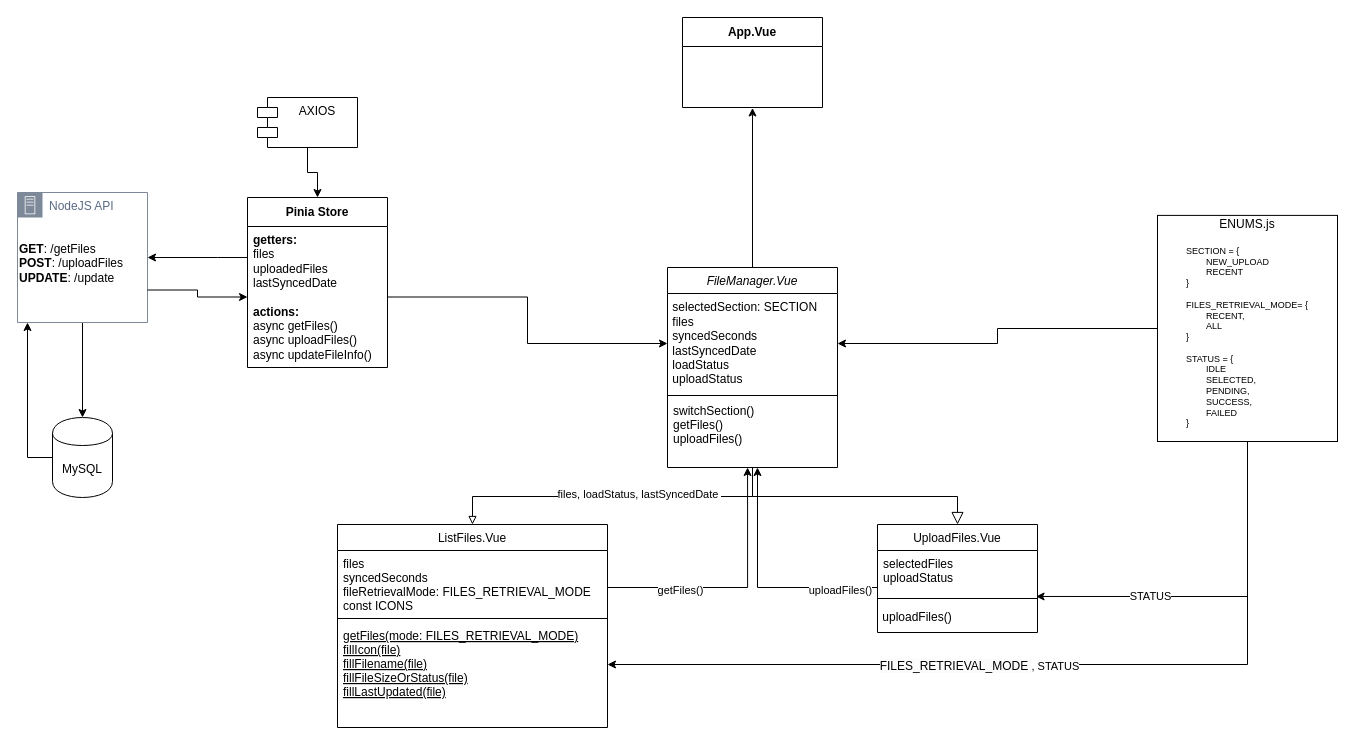
This is Untitled Diagram.drawio from hishamfangs/frontend, a draw.io file, before an edit. Source tidied: cells renumbered, new cells numbered last; positions are measured from the earlier drawing's top-left corner, leaving out a move shared by most shapes. Both pictures are drawn from the tidied source at 100%, with x=0, y=0 at pixel (17, 17).
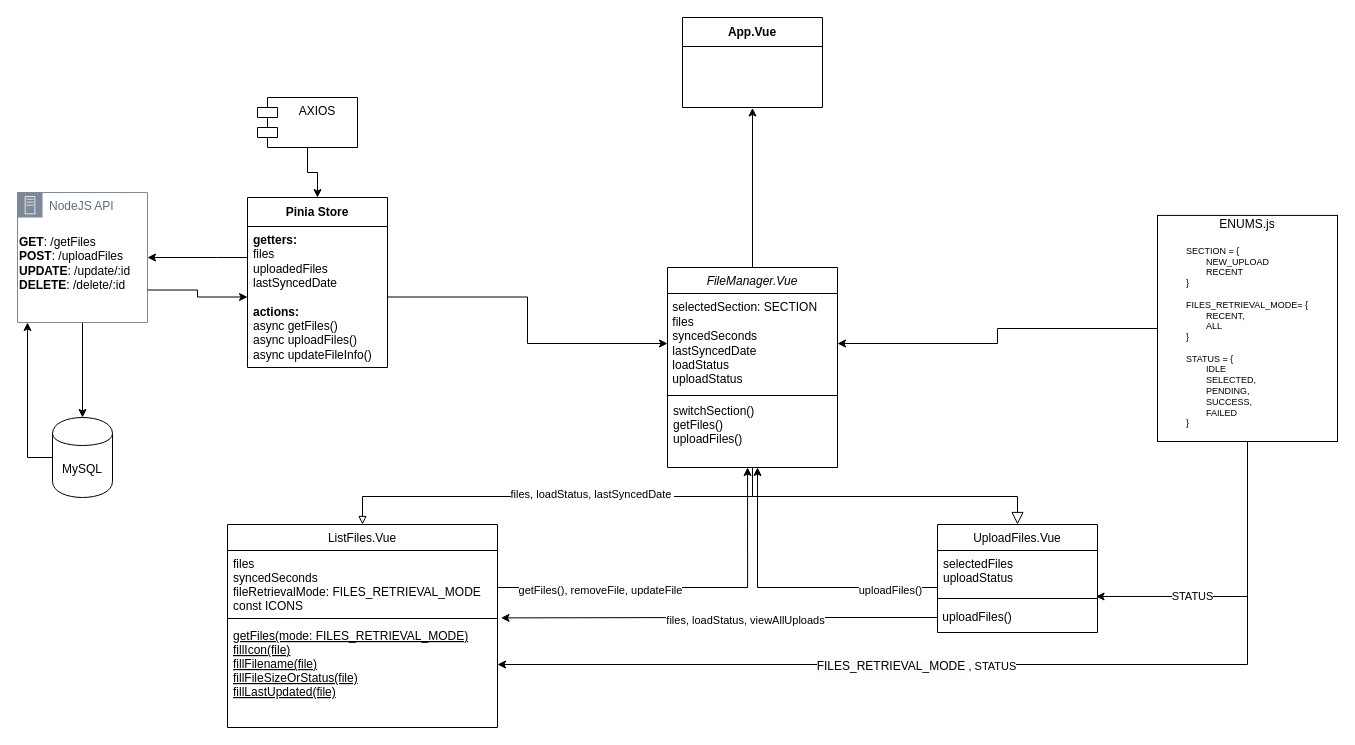
The same diagram, later.

Unchanged cells that the change refers to:
```xml
<mxCell id="7" value="files&#10;syncedSeconds&#10;fileRetrievalMode: FILES_RETRIEVAL_MODE&#10;const ICONS" style="text;align=left;verticalAlign=top;spacingLeft=4;spacingRight=4;overflow=hidden;points=[[0,0.5],[1,0.5]];portConstraint=eastwest;" parent="6" vertex="1">
  <mxGeometry y="26" width="270" height="64" as="geometry" />
</mxCell>
<mxCell id="15" value="&amp;nbsp;uploadFiles()" style="text;html=1;align=left;verticalAlign=middle;points=[];strokeColor=none;fillColor=none;" parent="12" vertex="1">
  <mxGeometry y="78" width="160" height="30" as="geometry" />
</mxCell>
<mxCell id="27" value="NodeJS API" style="points=[[0,0],[0.25,0],[0.5,0],[0.75,0],[1,0],[1,0.25],[1,0.5],[1,0.75],[1,1],[0.75,1],[0.5,1],[0.25,1],[0,1],[0,0.75],[0,0.5],[0,0.25]];outlineConnect=0;gradientColor=none;html=1;whiteSpace=wrap;fontSize=12;fontStyle=0;shape=mxgraph.aws4.group;grIcon=mxgraph.aws4.group_on_premise;strokeColor=#7D8998;fillColor=none;verticalAlign=top;align=left;spacingLeft=30;fontColor=#5A6C86;dashed=0;" parent="1" vertex="1">
  <mxGeometry y="175" width="130" height="130" as="geometry" />
</mxCell>
<mxCell id="36" style="edgeStyle=orthogonalEdgeStyle;rounded=0;jettySize=auto;html=1;entryX=0.471;entryY=1;entryDx=0;entryDy=0;entryPerimeter=0;" parent="1" edge="1" source="7" target="5">
  <mxGeometry relative="1" as="geometry">
    <Array as="points">
      <mxPoint x="730" y="570" />
    </Array>
  </mxGeometry>
</mxCell>
```

What changed in the source:
```diff
@@
     <mxCell id="6" value="ListFiles.Vue" style="swimlane;fontStyle=0;align=center;verticalAlign=top;horizontal=1;startSize=26;rounded=0;shadow=0;strokeWidth=1;" parent="1" vertex="1">
-      <mxGeometry x="320" y="507" width="270" height="203" as="geometry" />
+      <mxGeometry x="210" y="507" width="270" height="203" as="geometry" />
     </mxCell>
@@
     <mxCell id="12" value="UploadFiles.Vue" style="swimlane;fontStyle=0;align=center;verticalAlign=top;horizontal=1;startSize=26;rounded=0;shadow=0;strokeWidth=1;" parent="1" vertex="1">
-      <mxGeometry x="860" y="507" width="160" height="108" as="geometry" />
+      <mxGeometry x="920" y="507" width="160" height="108" as="geometry" />
     </mxCell>
@@
-    <mxCell id="28" value="&lt;b&gt;GET&lt;/b&gt;: /getFiles&lt;br&gt;&lt;b&gt;POST&lt;/b&gt;: /uploadFiles&lt;br&gt;&lt;b&gt;UPDATE&lt;/b&gt;: /update" style="text;html=1;align=left;verticalAlign=middle;strokeColor=none;fillColor=none;" parent="27" vertex="1">
-      <mxGeometry y="41" width="130" height="60" as="geometry" />
+    <mxCell id="28" value="&lt;b&gt;GET&lt;/b&gt;: /getFiles&lt;br&gt;&lt;b&gt;POST&lt;/b&gt;: /uploadFiles&lt;br&gt;&lt;b&gt;UPDATE&lt;/b&gt;: /update/:id&lt;br&gt;&lt;b&gt;DELETE&lt;/b&gt;: /delete/:id" style="text;html=1;align=left;verticalAlign=middle;strokeColor=none;fillColor=none;" parent="27" vertex="1">
+      <mxGeometry y="36" width="130" height="70" as="geometry" />
     </mxCell>
@@
-    <mxCell id="37" value="getFiles()" style="edgeLabel;html=1;align=center;verticalAlign=middle;" parent="36" vertex="1">
+    <mxCell id="37" value="getFiles(), removeFile, updateFile" style="edgeLabel;html=1;align=center;verticalAlign=middle;" parent="36" vertex="1">
       <mxGeometry x="-0.45" y="-2" relative="1" as="geometry" />
     </mxCell>
@@
+    <mxCell id="42" style="edgeStyle=orthogonalEdgeStyle;rounded=0;jettySize=auto;html=1;entryX=1.013;entryY=1.053;entryDx=0;entryDy=0;entryPerimeter=0;" parent="1" edge="1" source="15" target="7">
+      <mxGeometry relative="1" as="geometry" />
+    </mxCell>
+    <mxCell id="43" value="files, loadStatus, viewAllUploads" style="edgeLabel;html=1;align=center;verticalAlign=middle;" parent="42" vertex="1">
+      <mxGeometry x="-0.12" y="2" relative="1" as="geometry">
+        <mxPoint x="-1" as="offset" />
+      </mxGeometry>
+    </mxCell>
```
